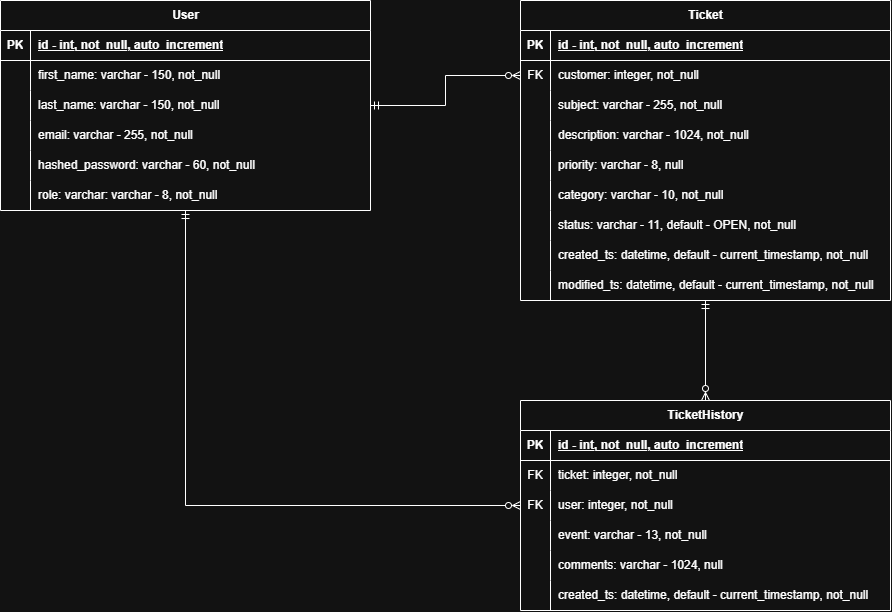
Before: docs/ER Diagram.png, a diagram exported from draw.io (RaviBhalani/support-ticket-management-api-service). Source tidied: cells renumbered, new cells last; positions are measured from the earlier drawing's top-left corner, leaving out a move shared by most shapes.
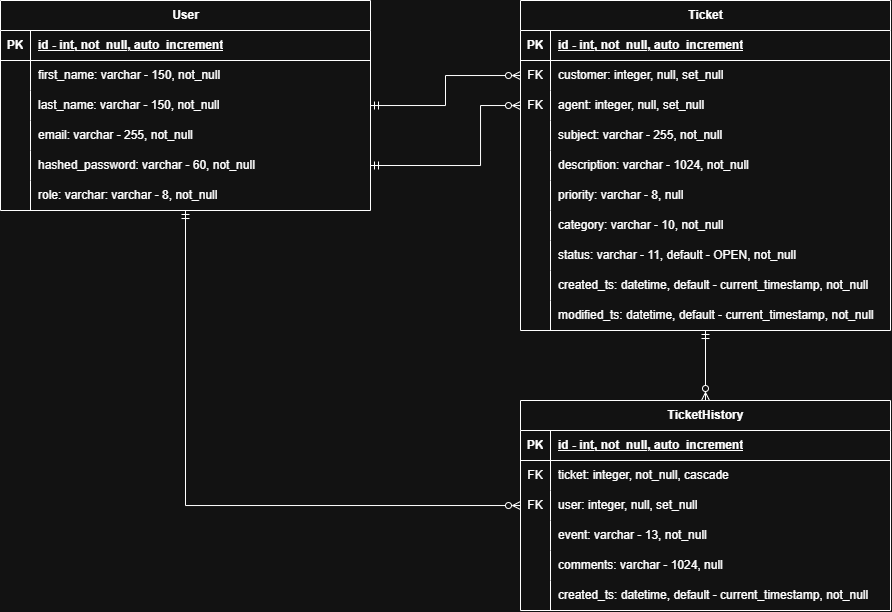
After the commit.

Commit message:
feature/ticket

[*] Replace ER diagram file after adding agent assignment related changes.

Change to the diagram source:
```diff
@@ -66,7 +66,7 @@
       <mxGeometry relative="1" as="geometry" />
     </mxCell>
     <mxCell id="23" value="Ticket" style="shape=table;startSize=30;rowLines=0;fontStyle=1;align=center;html=1;" parent="1" vertex="1">
-      <mxGeometry x="520" width="370" height="300" as="geometry" />
+      <mxGeometry x="520" width="370" height="330" as="geometry" />
     </mxCell>
     <mxCell id="24" style="shape=tableRow;horizontal=0;startSize=0;swimlaneHead=0;swimlaneBody=0;fillColor=none;top=0;left=0;right=0;bottom=1;" parent="23" vertex="1">
       <mxGeometry y="30" width="370" height="30" as="geometry" />
@@ -83,11 +83,20 @@
     <mxCell id="28" value="FK" style="shape=partialRectangle;fillColor=none;top=0;left=0;bottom=0;right=0;overflow=hidden;whiteSpace=wrap;html=1;" parent="27" vertex="1">
       <mxGeometry width="30" height="30" as="geometry" />
     </mxCell>
-    <mxCell id="29" value="&lt;span style=&quot;text-wrap-mode: nowrap;&quot;&gt;customer: integer, not_null&lt;/span&gt;" style="shape=partialRectangle;fillColor=none;top=0;left=0;bottom=0;right=0;align=left;spacingLeft=6;overflow=hidden;whiteSpace=wrap;html=1;" parent="27" vertex="1">
+    <mxCell id="29" value="&lt;span style=&quot;text-wrap-mode: nowrap;&quot;&gt;customer: integer, null, set_null&lt;/span&gt;" style="shape=partialRectangle;fillColor=none;top=0;left=0;bottom=0;right=0;align=left;spacingLeft=6;overflow=hidden;whiteSpace=wrap;html=1;" parent="27" vertex="1">
       <mxGeometry x="30" width="340" height="30" as="geometry" />
     </mxCell>
+    <mxCell id="71" style="shape=tableRow;horizontal=0;startSize=0;swimlaneHead=0;swimlaneBody=0;fillColor=none;points=[[0,0.5],[1,0.5]];portConstraint=eastwest;top=0;left=0;right=0;bottom=0;" parent="23" vertex="1">
+      <mxGeometry y="90" width="370" height="30" as="geometry" />
+    </mxCell>
+    <mxCell id="72" value="FK" style="shape=partialRectangle;fillColor=none;top=0;left=0;bottom=0;right=0;overflow=hidden;whiteSpace=wrap;html=1;" parent="71" vertex="1">
+      <mxGeometry width="30" height="30" as="geometry" />
+    </mxCell>
+    <mxCell id="73" value="&lt;span style=&quot;text-wrap-mode: nowrap;&quot;&gt;agent: integer, null, set_null&lt;/span&gt;" style="shape=partialRectangle;fillColor=none;top=0;left=0;bottom=0;right=0;align=left;spacingLeft=6;overflow=hidden;whiteSpace=wrap;html=1;" parent="71" vertex="1">
+      <mxGeometry x="30" width="340" height="30" as="geometry" />
+    </mxCell>
     <mxCell id="30" style="shape=tableRow;horizontal=0;startSize=0;swimlaneHead=0;swimlaneBody=0;fillColor=none;top=0;left=0;right=0;bottom=0;" parent="23" vertex="1">
-      <mxGeometry y="90" width="370" height="30" as="geometry" />
+      <mxGeometry y="120" width="370" height="30" as="geometry" />
     </mxCell>
     <mxCell id="31" style="shape=partialRectangle;fillColor=none;top=0;left=0;bottom=0;right=0;overflow=hidden;whiteSpace=wrap;html=1;" parent="30" vertex="1">
       <mxGeometry width="30" height="30" as="geometry" />
@@ -96,7 +105,7 @@
       <mxGeometry x="30" width="340" height="30" as="geometry" />
     </mxCell>
     <mxCell id="33" style="shape=tableRow;horizontal=0;startSize=0;swimlaneHead=0;swimlaneBody=0;fillColor=none;top=0;left=0;right=0;bottom=0;" parent="23" vertex="1">
-      <mxGeometry y="120" width="370" height="30" as="geometry" />
+      <mxGeometry y="150" width="370" height="30" as="geometry" />
     </mxCell>
     <mxCell id="34" style="shape=partialRectangle;fillColor=none;top=0;left=0;bottom=0;right=0;overflow=hidden;whiteSpace=wrap;html=1;" parent="33" vertex="1">
       <mxGeometry width="30" height="30" as="geometry" />
@@ -105,7 +114,7 @@
       <mxGeometry x="30" width="340" height="30" as="geometry" />
     </mxCell>
     <mxCell id="36" style="shape=tableRow;horizontal=0;startSize=0;swimlaneHead=0;swimlaneBody=0;fillColor=none;top=0;left=0;right=0;bottom=0;" parent="23" vertex="1">
-      <mxGeometry y="150" width="370" height="30" as="geometry" />
+      <mxGeometry y="180" width="370" height="30" as="geometry" />
     </mxCell>
     <mxCell id="37" style="shape=partialRectangle;fillColor=none;top=0;left=0;bottom=0;right=0;overflow=hidden;whiteSpace=wrap;html=1;" parent="36" vertex="1">
       <mxGeometry width="30" height="30" as="geometry" />
@@ -114,7 +123,7 @@
       <mxGeometry x="30" width="340" height="30" as="geometry" />
     </mxCell>
     <mxCell id="39" style="shape=tableRow;horizontal=0;startSize=0;swimlaneHead=0;swimlaneBody=0;fillColor=none;top=0;left=0;right=0;bottom=0;" parent="23" vertex="1">
-      <mxGeometry y="180" width="370" height="30" as="geometry" />
+      <mxGeometry y="210" width="370" height="30" as="geometry" />
     </mxCell>
     <mxCell id="40" style="shape=partialRectangle;fillColor=none;top=0;left=0;bottom=0;right=0;overflow=hidden;whiteSpace=wrap;html=1;" parent="39" vertex="1">
       <mxGeometry width="30" height="30" as="geometry" />
@@ -123,7 +132,7 @@
       <mxGeometry x="30" width="340" height="30" as="geometry" />
     </mxCell>
     <mxCell id="42" style="shape=tableRow;horizontal=0;startSize=0;swimlaneHead=0;swimlaneBody=0;fillColor=none;top=0;left=0;right=0;bottom=0;" parent="23" vertex="1">
-      <mxGeometry y="210" width="370" height="30" as="geometry" />
+      <mxGeometry y="240" width="370" height="30" as="geometry" />
     </mxCell>
     <mxCell id="43" style="shape=partialRectangle;fillColor=none;top=0;left=0;bottom=0;right=0;overflow=hidden;whiteSpace=wrap;html=1;" parent="42" vertex="1">
       <mxGeometry width="30" height="30" as="geometry" />
@@ -132,7 +141,7 @@
       <mxGeometry x="30" width="340" height="30" as="geometry" />
     </mxCell>
     <mxCell id="45" style="shape=tableRow;horizontal=0;startSize=0;swimlaneHead=0;swimlaneBody=0;fillColor=none;top=0;left=0;right=0;bottom=0;" parent="23" vertex="1">
-      <mxGeometry y="240" width="370" height="30" as="geometry" />
+      <mxGeometry y="270" width="370" height="30" as="geometry" />
     </mxCell>
     <mxCell id="46" style="shape=partialRectangle;fillColor=none;top=0;left=0;bottom=0;right=0;overflow=hidden;whiteSpace=wrap;html=1;" parent="45" vertex="1">
       <mxGeometry width="30" height="30" as="geometry" />
@@ -141,7 +150,7 @@
       <mxGeometry x="30" width="340" height="30" as="geometry" />
     </mxCell>
     <mxCell id="48" style="shape=tableRow;horizontal=0;startSize=0;swimlaneHead=0;swimlaneBody=0;fillColor=none;top=0;left=0;right=0;bottom=0;" parent="23" vertex="1">
-      <mxGeometry y="270" width="370" height="30" as="geometry" />
+      <mxGeometry y="300" width="370" height="30" as="geometry" />
     </mxCell>
     <mxCell id="49" style="shape=partialRectangle;fillColor=none;top=0;left=0;bottom=0;right=0;overflow=hidden;whiteSpace=wrap;html=1;" parent="48" vertex="1">
       <mxGeometry width="30" height="30" as="geometry" />
@@ -167,7 +176,7 @@
     <mxCell id="56" value="FK" style="shape=partialRectangle;fillColor=none;top=0;left=0;bottom=0;right=0;overflow=hidden;whiteSpace=wrap;html=1;" parent="55" vertex="1">
       <mxGeometry width="30" height="30" as="geometry" />
     </mxCell>
-    <mxCell id="57" value="&lt;span style=&quot;text-wrap-mode: nowrap;&quot;&gt;ticket: integer, not_null&lt;/span&gt;" style="shape=partialRectangle;fillColor=none;top=0;left=0;bottom=0;right=0;align=left;spacingLeft=6;overflow=hidden;whiteSpace=wrap;html=1;" parent="55" vertex="1">
+    <mxCell id="57" value="&lt;span style=&quot;text-wrap-mode: nowrap;&quot;&gt;ticket: integer, not_null, cascade&lt;/span&gt;" style="shape=partialRectangle;fillColor=none;top=0;left=0;bottom=0;right=0;align=left;spacingLeft=6;overflow=hidden;whiteSpace=wrap;html=1;" parent="55" vertex="1">
       <mxGeometry x="30" width="340" height="30" as="geometry" />
     </mxCell>
     <mxCell id="58" style="shape=tableRow;horizontal=0;startSize=0;swimlaneHead=0;swimlaneBody=0;fillColor=none;points=[[0,0.5],[1,0.5]];portConstraint=eastwest;top=0;left=0;right=0;bottom=0;" parent="51" vertex="1">
@@ -176,7 +185,7 @@
     <mxCell id="59" value="FK" style="shape=partialRectangle;fillColor=none;top=0;left=0;bottom=0;right=0;overflow=hidden;whiteSpace=wrap;html=1;" parent="58" vertex="1">
       <mxGeometry width="30" height="30" as="geometry" />
     </mxCell>
-    <mxCell id="60" value="&lt;span style=&quot;text-wrap-mode: nowrap;&quot;&gt;user: integer, not_null&lt;/span&gt;" style="shape=partialRectangle;fillColor=none;top=0;left=0;bottom=0;right=0;align=left;spacingLeft=6;overflow=hidden;whiteSpace=wrap;html=1;" parent="58" vertex="1">
+    <mxCell id="60" value="&lt;span style=&quot;text-wrap-mode: nowrap;&quot;&gt;user: integer, null, set_null&lt;/span&gt;" style="shape=partialRectangle;fillColor=none;top=0;left=0;bottom=0;right=0;align=left;spacingLeft=6;overflow=hidden;whiteSpace=wrap;html=1;" parent="58" vertex="1">
       <mxGeometry x="30" width="340" height="30" as="geometry" />
     </mxCell>
     <mxCell id="61" style="shape=tableRow;horizontal=0;startSize=0;swimlaneHead=0;swimlaneBody=0;fillColor=none;top=0;left=0;right=0;bottom=0;" parent="51" vertex="1">
@@ -209,5 +218,13 @@
     <mxCell id="70" style="edgeStyle=orthogonalEdgeStyle;rounded=0;jettySize=auto;html=1;endArrow=ERzeroToMany;endFill=0;startArrow=ERmandOne;startFill=0;" parent="1" edge="1" source="10" target="27">
       <mxGeometry relative="1" as="geometry" />
     </mxCell>
+    <mxCell id="74" style="edgeStyle=orthogonalEdgeStyle;rounded=0;jettySize=auto;html=1;entryX=1;entryY=0.5;entryDx=0;entryDy=0;startArrow=ERzeroToMany;startFill=0;endArrow=ERmandOne;endFill=0;" parent="1" edge="1" source="71" target="16">
+      <mxGeometry relative="1" as="geometry">
+        <Array as="points">
+          <mxPoint x="480" y="105" />
+          <mxPoint x="480" y="165" />
+        </Array>
+      </mxGeometry>
+    </mxCell>
   </root>
 </mxGraphModel>
```
